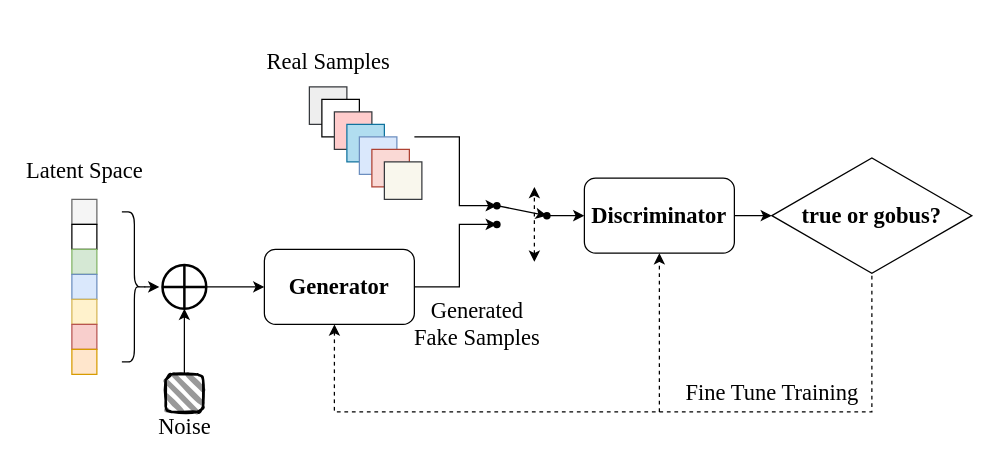
This is GAN.drawio from LFNing/General, a draw.io file, before an edit. Source tidied: cells renumbered, new cells numbered last; positions are measured from the earlier drawing's top-left corner, leaving out a move shared by most shapes. Both pictures are drawn from the tidied source at 125%, with x=0, y=0 at pixel (21, 36).
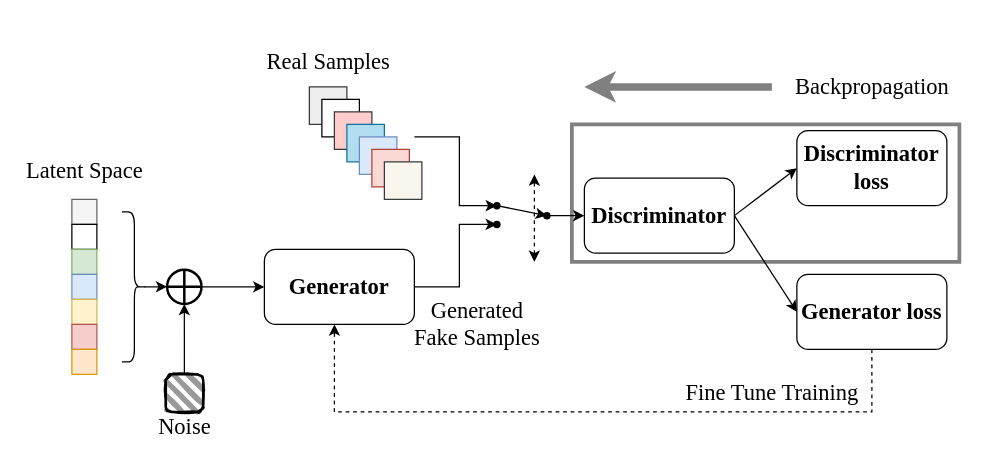
The same diagram, later.

The change refers to these unchanged cells:
```xml
<mxCell id="16" value="&lt;b&gt;&lt;font style=&quot;font-size: 18px;&quot; face=&quot;Times New Roman&quot;&gt;Generator&lt;/font&gt;&lt;/b&gt;" style="rounded=1;whiteSpace=wrap;html=1;shadow=0;fillColor=#FFFFFF;" parent="1" vertex="1">
  <mxGeometry x="194" y="170" width="120" height="60" as="geometry" />
</mxCell>
<mxCell id="23" value="&lt;b&gt;&lt;font style=&quot;font-size: 18px;&quot;&gt;Discriminator&lt;/font&gt;&lt;/b&gt;" style="rounded=1;whiteSpace=wrap;html=1;shadow=0;fillColor=#FFFFFF;fontFamily=Times New Roman;" parent="1" vertex="1">
  <mxGeometry x="450" y="113" width="120" height="60" as="geometry" />
</mxCell>
```

Change to the diagram source:
```diff
@@
+    <mxCell id="41" style="whiteSpace=wrap;html=1;shadow=0;strokeColor=#808080;strokeWidth=3;" parent="1" vertex="1">
+      <mxGeometry x="440" y="70" width="310" height="110" as="geometry" />
+    </mxCell>
@@
-    <mxCell id="11" style="shape=curlyBracket;whiteSpace=wrap;html=1;rounded=1;flipH=1;" parent="1" vertex="1">
+    <mxCell id="11" style="shape=curlyBracket;whiteSpace=wrap;html=1;rounded=1;flipH=1;size=0.5;" parent="1" vertex="1">
       <mxGeometry x="80" y="140" width="20" height="120" as="geometry" />
     </mxCell>
-    <mxCell id="12" style="endArrow=classic;html=1;rounded=0;exitX=0.1;exitY=0.5;exitDx=0;exitDy=0;exitPerimeter=0;" parent="1" edge="1" source="11">
-      <mxGeometry relative="1" as="geometry">
-        <mxPoint x="110" y="200" as="targetPoint" />
-      </mxGeometry>
+    <mxCell id="12" style="endArrow=classic;html=1;rounded=0;exitX=0.1;exitY=0.5;exitDx=0;exitDy=0;exitPerimeter=0;entryX=0;entryY=0.5;entryDx=0;entryDy=0;" parent="1" edge="1" source="11" target="13">
+      <mxGeometry relative="1" as="geometry" />
     </mxCell>
     <mxCell id="13" style="shape=orEllipse;perimeter=ellipsePerimeter;whiteSpace=wrap;html=1;backgroundOutline=1;shadow=0;strokeWidth=2;" parent="1" vertex="1">
-      <mxGeometry x="112.5" y="182.5" width="35" height="35" as="geometry" />
+      <mxGeometry x="116.2" y="186.2" width="27.5" height="27.5" as="geometry" />
     </mxCell>
@@
     <mxCell id="31" style="endArrow=classic;startArrow=classic;html=1;rounded=0;dashed=1;" parent="1" edge="1">
       <mxGeometry relative="1" as="geometry">
         <mxPoint x="410" y="180" as="sourcePoint" />
-        <mxPoint x="410" y="120" as="targetPoint" />
+        <mxPoint x="410" y="110" as="targetPoint" />
       </mxGeometry>
     </mxCell>
-    <mxCell id="32" style="endArrow=classic;html=1;rounded=0;exitX=1;exitY=0.5;exitDx=0;exitDy=0;" parent="1" edge="1" source="23">
-      <mxGeometry relative="1" as="geometry">
-        <mxPoint x="600" y="143" as="targetPoint" />
-      </mxGeometry>
+    <mxCell id="32" style="endArrow=classic;html=1;rounded=0;exitX=1;exitY=0.5;exitDx=0;exitDy=0;entryX=0;entryY=0.5;entryDx=0;entryDy=0;" parent="1" edge="1" source="23" target="42">
+      <mxGeometry relative="1" as="geometry" />
     </mxCell>
-    <mxCell id="33" style="edgeStyle=orthogonalEdgeStyle;rounded=0;jettySize=auto;html=1;entryX=0.467;entryY=1;entryDx=0;entryDy=0;entryPerimeter=0;dashed=1;" parent="1" edge="1" source="34" target="16">
+    <mxCell id="33" style="edgeStyle=orthogonalEdgeStyle;rounded=0;jettySize=auto;html=1;entryX=0.467;entryY=1;entryDx=0;entryDy=0;entryPerimeter=0;dashed=1;" parent="1" edge="1" target="16">
       <mxGeometry relative="1" as="geometry">
+        <mxPoint x="680" y="250" as="sourcePoint" />
         <Array as="points">
           <mxPoint x="680" y="300" />
           <mxPoint x="250" y="300" />
         </Array>
       </mxGeometry>
     </mxCell>
-    <mxCell id="34" value="&lt;b&gt;&lt;font face=&quot;Times New Roman&quot; style=&quot;font-size: 18px;&quot;&gt;true or gobus?&lt;/font&gt;&lt;/b&gt;" style="html=1;whiteSpace=wrap;shape=isoRectangle;shadow=0;fillColor=#FFFFFF;" parent="1" vertex="1">
-      <mxGeometry x="600" y="95" width="160" height="96" as="geometry" />
-    </mxCell>
-    <mxCell id="35" style="endArrow=classic;html=1;rounded=0;dashed=1;entryX=0.5;entryY=1;entryDx=0;entryDy=0;" parent="1" edge="1" target="23">
-      <mxGeometry relative="1" as="geometry">
-        <mxPoint x="510" y="300" as="sourcePoint" />
-      </mxGeometry>
-    </mxCell>
@@
+    <mxCell id="42" value="&lt;b&gt;&lt;font style=&quot;font-size: 18px;&quot;&gt;Discriminator loss&lt;/font&gt;&lt;/b&gt;" style="rounded=1;whiteSpace=wrap;html=1;shadow=0;fillColor=#FFFFFF;fontFamily=Times New Roman;" parent="1" vertex="1">
+      <mxGeometry x="620" y="75" width="120" height="60" as="geometry" />
+    </mxCell>
+    <mxCell id="43" value="&lt;b style=&quot;border-color: var(--border-color); font-family: Helvetica;&quot;&gt;&lt;font style=&quot;border-color: var(--border-color); font-size: 18px;&quot; face=&quot;Times New Roman&quot;&gt;Generator&lt;/font&gt;&lt;/b&gt;&lt;b&gt;&lt;font style=&quot;font-size: 18px;&quot;&gt;&amp;nbsp;loss&lt;/font&gt;&lt;/b&gt;" style="rounded=1;whiteSpace=wrap;html=1;shadow=0;fillColor=#FFFFFF;fontFamily=Times New Roman;" parent="1" vertex="1">
+      <mxGeometry x="620" y="190" width="120" height="60" as="geometry" />
+    </mxCell>
+    <mxCell id="44" style="endArrow=classic;html=1;rounded=0;exitX=1;exitY=0.5;exitDx=0;exitDy=0;entryX=0;entryY=0.5;entryDx=0;entryDy=0;" parent="1" edge="1" source="23" target="43">
+      <mxGeometry relative="1" as="geometry" />
+    </mxCell>
+    <mxCell id="45" style="endArrow=classic;html=1;rounded=0;strokeWidth=6;strokeColor=#808080;" parent="1" edge="1">
+      <mxGeometry relative="1" as="geometry">
+        <mxPoint x="600" y="40" as="sourcePoint" />
+        <mxPoint x="450" y="40" as="targetPoint" />
+      </mxGeometry>
+    </mxCell>
+    <mxCell id="46" value="&lt;h6 style=&quot;font-size: 18px;&quot;&gt;&lt;span style=&quot;font-weight: 400;&quot;&gt;Backpropagation&lt;/span&gt;&lt;/h6&gt;" style="text;strokeColor=none;fillColor=none;html=1;fontSize=18;fontStyle=1;verticalAlign=middle;align=center;shadow=0;fontFamily=Times New Roman;" parent="1" vertex="1">
+      <mxGeometry x="630" y="20" width="100" height="40" as="geometry" />
+    </mxCell>
```
